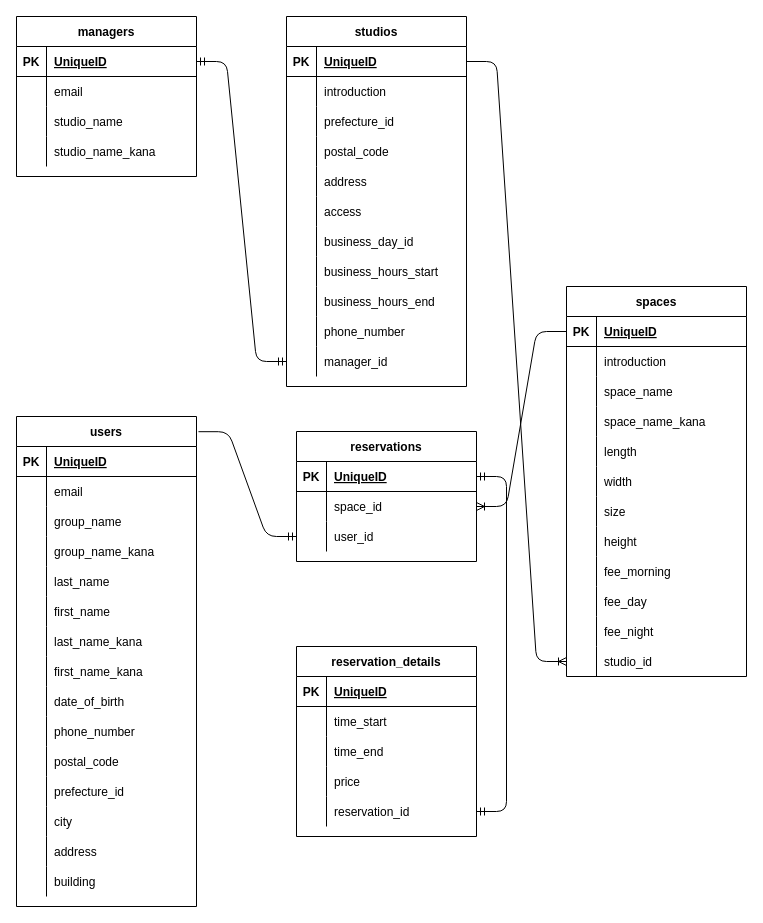
The draw.io diagram er.dio in mathsr190/secure-studio-space, before the edit. Source tidied: cells renumbered, new cells numbered last; positions are measured from the earlier drawing's top-left corner, leaving out a move shared by most shapes. Both pictures are drawn from the tidied source at 100%, with x=0, y=0 at pixel (16, 16).
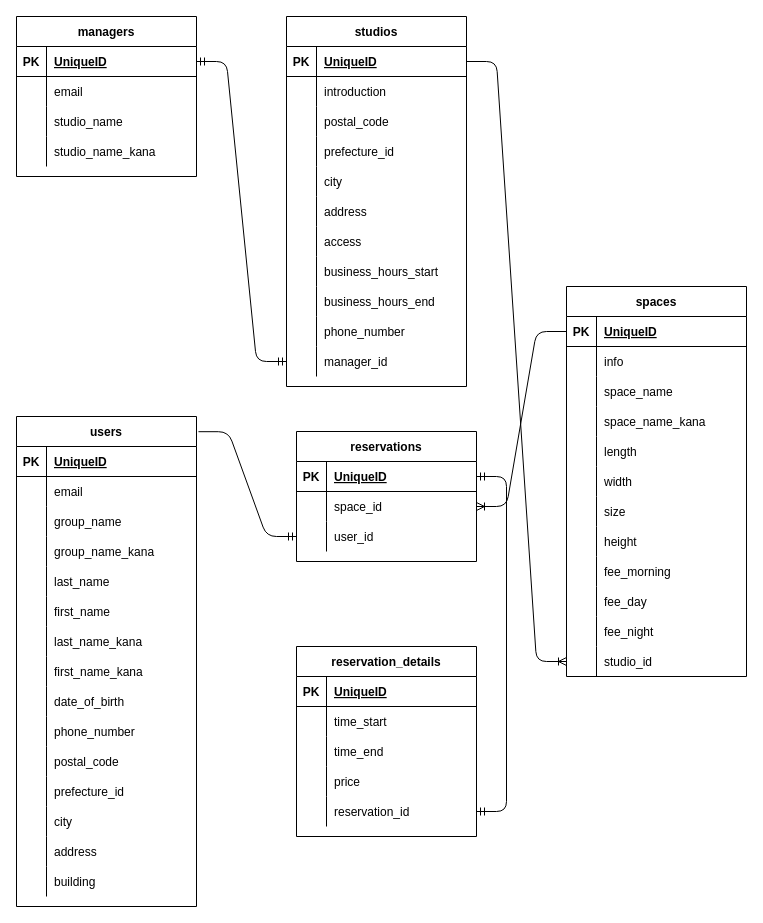
Above is the later version.

Unchanged cells that the change refers to:
```xml
<mxCell id="15" value="studios" style="shape=table;startSize=30;childLayout=tableLayout;rowLines=0;fontStyle=1;align=center;" parent="1" vertex="1">
  <mxGeometry x="270" width="180" height="370" as="geometry" />
</mxCell>
<mxCell id="54" style="shape=partialRectangle;fillColor=none;top=0;left=0;bottom=0;right=0;" parent="50" vertex="1">
  <mxGeometry y="60" width="180" height="30" as="geometry" />
</mxCell>
```

Diff of the diagram source:
```diff
@@
+    <mxCell id="25" style="shape=partialRectangle;fillColor=none;top=0;left=0;bottom=0;right=0;" parent="15" vertex="1">
+      <mxGeometry y="90" width="180" height="30" as="geometry" />
+    </mxCell>
+    <mxCell id="26" style="shape=partialRectangle;fillColor=none;top=0;left=0;bottom=0;right=0;overflow=hidden;" parent="25" vertex="1">
+      <mxGeometry width="30" height="30" as="geometry" />
+    </mxCell>
+    <mxCell id="27" value="postal_code" style="shape=partialRectangle;fillColor=none;top=0;left=0;bottom=0;right=0;align=left;spacingLeft=6;overflow=hidden;" parent="25" vertex="1">
+      <mxGeometry x="30" width="150" height="30" as="geometry" />
+    </mxCell>
     <mxCell id="22" style="shape=partialRectangle;fillColor=none;top=0;left=0;bottom=0;right=0;" parent="15" vertex="1">
-      <mxGeometry y="90" width="180" height="30" as="geometry" />
+      <mxGeometry y="120" width="180" height="30" as="geometry" />
     </mxCell>
@@
-    <mxCell id="25" style="shape=partialRectangle;fillColor=none;top=0;left=0;bottom=0;right=0;" parent="15" vertex="1">
-      <mxGeometry y="120" width="180" height="30" as="geometry" />
-    </mxCell>
-    <mxCell id="26" style="shape=partialRectangle;fillColor=none;top=0;left=0;bottom=0;right=0;overflow=hidden;" parent="25" vertex="1">
-      <mxGeometry width="30" height="30" as="geometry" />
-    </mxCell>
-    <mxCell id="27" value="postal_code" style="shape=partialRectangle;fillColor=none;top=0;left=0;bottom=0;right=0;align=left;spacingLeft=6;overflow=hidden;" parent="25" vertex="1">
-      <mxGeometry x="30" width="150" height="30" as="geometry" />
-    </mxCell>
+    <mxCell id="163" style="shape=partialRectangle;fillColor=none;top=0;left=0;bottom=0;right=0;" parent="15" vertex="1">
+      <mxGeometry y="150" width="180" height="30" as="geometry" />
+    </mxCell>
+    <mxCell id="35" style="shape=partialRectangle;fillColor=none;top=0;left=0;bottom=0;right=0;overflow=hidden;" parent="163" vertex="1">
+      <mxGeometry width="30" height="30" as="geometry" />
+    </mxCell>
+    <mxCell id="164" value="city" style="shape=partialRectangle;fillColor=none;top=0;left=0;bottom=0;right=0;align=left;spacingLeft=6;overflow=hidden;" parent="163" vertex="1">
+      <mxGeometry x="30" width="150" height="30" as="geometry" />
+    </mxCell>
     <mxCell id="28" style="shape=partialRectangle;fillColor=none;top=0;left=0;bottom=0;right=0;" parent="15" vertex="1">
-      <mxGeometry y="150" width="180" height="30" as="geometry" />
+      <mxGeometry y="180" width="180" height="30" as="geometry" />
     </mxCell>
@@
     <mxCell id="31" style="shape=partialRectangle;fillColor=none;top=0;left=0;bottom=0;right=0;" parent="15" vertex="1">
-      <mxGeometry y="180" width="180" height="30" as="geometry" />
+      <mxGeometry y="210" width="180" height="30" as="geometry" />
     </mxCell>
@@
-    <mxCell id="34" style="shape=partialRectangle;fillColor=none;top=0;left=0;bottom=0;right=0;" parent="15" vertex="1">
-      <mxGeometry y="210" width="180" height="30" as="geometry" />
-    </mxCell>
-    <mxCell id="35" style="shape=partialRectangle;fillColor=none;top=0;left=0;bottom=0;right=0;overflow=hidden;" parent="34" vertex="1">
-      <mxGeometry width="30" height="30" as="geometry" />
-    </mxCell>
-    <mxCell id="36" value="business_day_id" style="shape=partialRectangle;fillColor=none;top=0;left=0;bottom=0;right=0;align=left;spacingLeft=6;overflow=hidden;" parent="34" vertex="1">
-      <mxGeometry x="30" width="150" height="30" as="geometry" />
-    </mxCell>
@@
-    <mxCell id="56" value="introduction" style="shape=partialRectangle;fillColor=none;top=0;left=0;bottom=0;right=0;align=left;spacingLeft=6;overflow=hidden;" parent="54" vertex="1">
+    <mxCell id="56" value="info" style="shape=partialRectangle;fillColor=none;top=0;left=0;bottom=0;right=0;align=left;spacingLeft=6;overflow=hidden;" parent="54" vertex="1">
       <mxGeometry x="30" width="150" height="30" as="geometry" />
     </mxCell>
```
